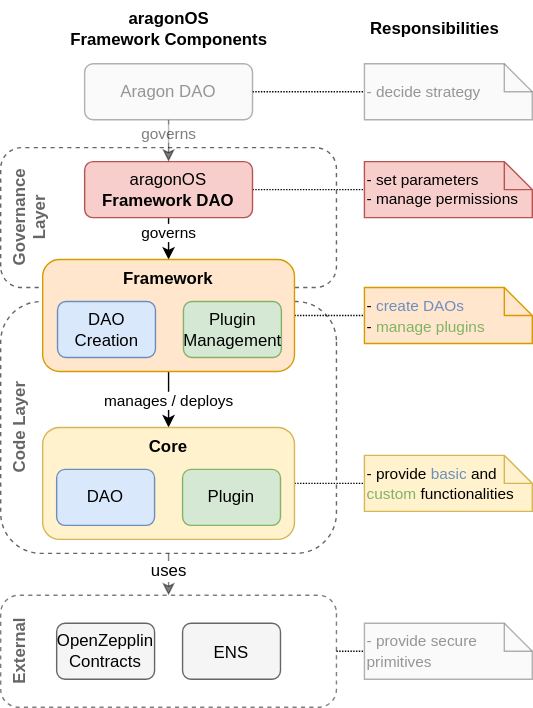
aragon/osx keeps this draw.io diagram as packages/contracts/docs/core/01-how-it-works/aragon-os-framework-overview.drawio.svg. Above is the earlier version. Source tidied: cells renumbered, new cells last; positions are measured from the earlier drawing's top-left corner, leaving out a move shared by most shapes.
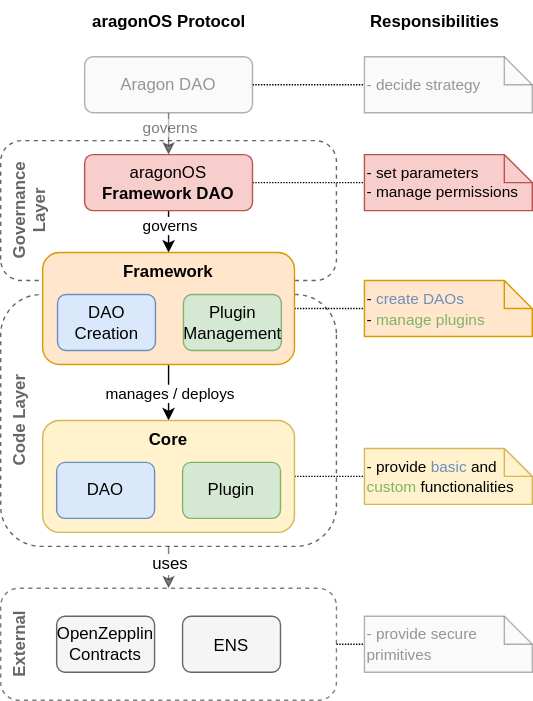
Later version of the same file.

What changed in the source:
```diff
@@ -46,8 +46,8 @@
         </Array>
       </mxGeometry>
     </mxCell>
-    <mxCell id="15" value="&lt;font color=&quot;#000000&quot; style=&quot;font-size: 12px;&quot;&gt;&lt;span style=&quot;font-size: 12px;&quot;&gt;&lt;b&gt;aragonOS&lt;br&gt;&lt;/b&gt;&lt;/span&gt;&lt;b style=&quot;font-size: 12px;&quot;&gt;Framework Components&lt;br style=&quot;font-size: 12px;&quot;&gt;&lt;/b&gt;&lt;/font&gt;" style="text;html=1;align=center;verticalAlign=middle;strokeColor=none;fillColor=none;fontSize=12;fontColor=#7EA6E0;rounded=0;" parent="1" vertex="1">
-      <mxGeometry x="10" width="160" height="40" as="geometry" />
+    <mxCell id="15" value="&lt;font color=&quot;#000000&quot; style=&quot;font-size: 12px;&quot;&gt;&lt;span style=&quot;font-size: 12px;&quot;&gt;&lt;b&gt;aragonOS&amp;nbsp;&lt;/b&gt;&lt;/span&gt;&lt;b style=&quot;font-size: 12px;&quot;&gt;Protocol&lt;br style=&quot;font-size: 12px;&quot;&gt;&lt;/b&gt;&lt;/font&gt;" style="text;html=1;align=center;verticalAlign=middle;strokeColor=none;fillColor=none;fontSize=12;fontColor=#7EA6E0;rounded=0;" parent="1" vertex="1">
+      <mxGeometry x="25" y="5" width="130" height="30" as="geometry" />
     </mxCell>
     <mxCell id="16" value="Governance Layer" style="rounded=1;whiteSpace=wrap;html=1;dashed=1;fillColor=none;verticalAlign=top;fontStyle=1;rotation=270;strokeColor=#666666;fontColor=#666666;" parent="1" vertex="1">
       <mxGeometry x="40" y="35" width="100" height="240" as="geometry" />
```
